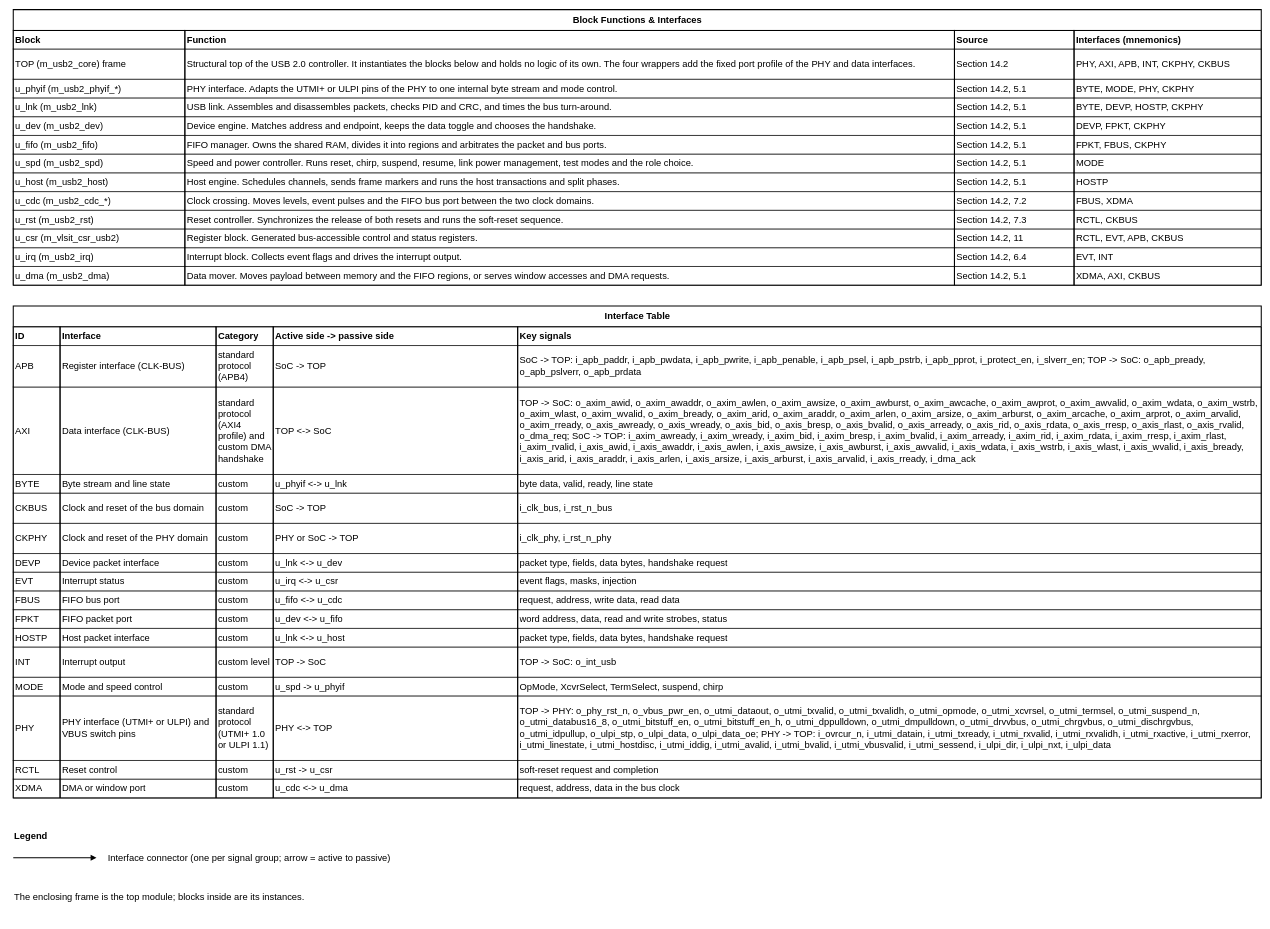
Earlier version of the draw.io diagram page "BLOCK_INFORMATION" (2 of 2) of 023_USB20_Controller/figures/m_usb2_top_block_diagram.drawio (nguyenquanicd/VLSIT_OPEN_IP_CORE). Source tidied: cells renumbered, new cells numbered last; positions are measured from the earlier drawing's top-left corner, leaving out a move shared by most shapes. Both pictures are drawn from the tidied source at 52%, with x=0, y=0 at pixel (13, 9).
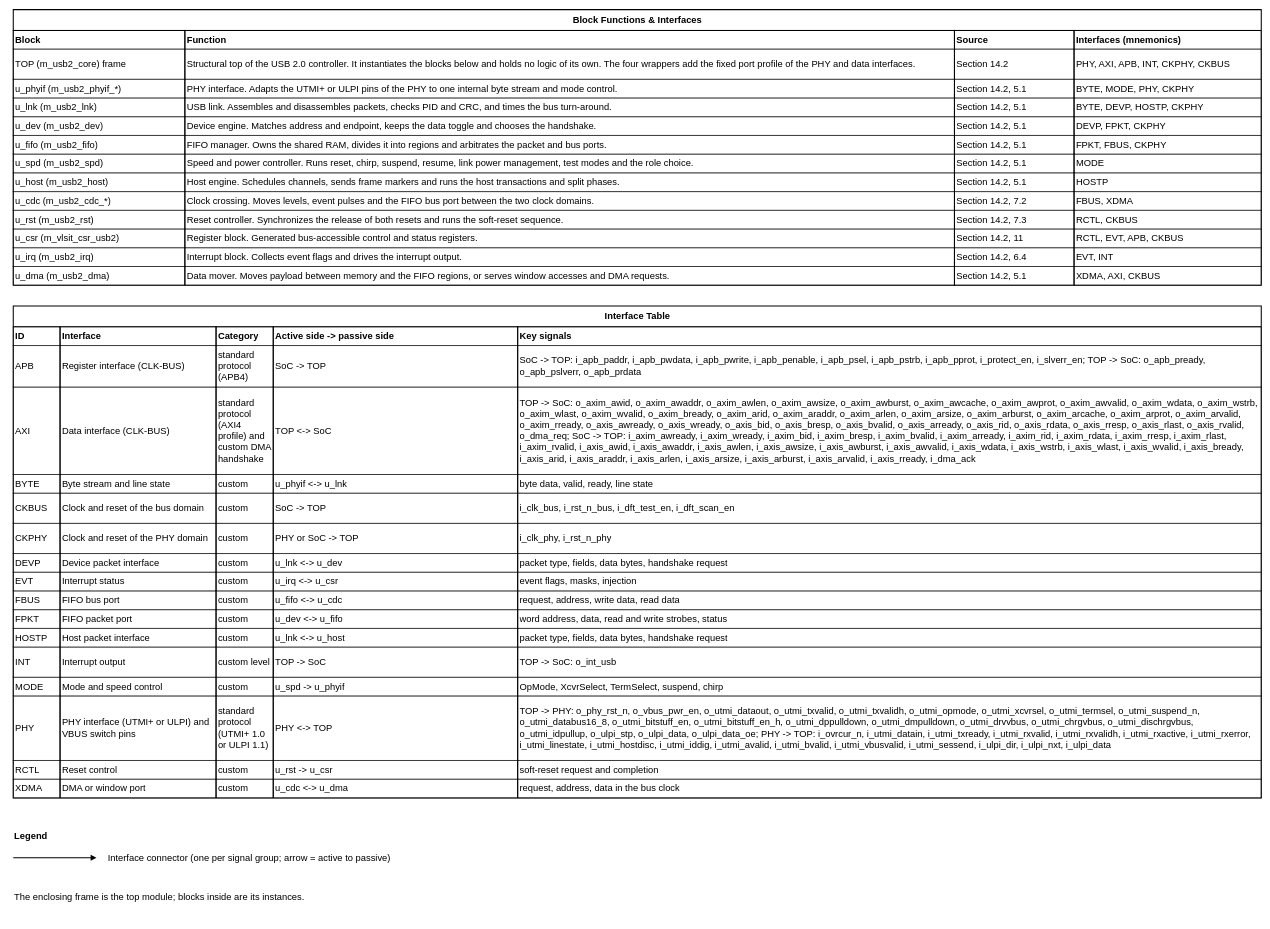
After the change.

The change refers to these unchanged cells:
```xml
<mxCell id="96" style="shape=tableRow;horizontal=0;startSize=0;swimlaneHead=0;swimlaneBody=0;fillColor=none;strokeColor=none;top=0;left=0;right=0;bottom=0;fontSize=18;fontColor=#000000;" parent="71" vertex="1">
  <mxGeometry y="360" width="2400" height="58" as="geometry" />
</mxCell>
```

Change to the diagram source:
```diff
@@
-    <mxCell id="101" value="i_clk_bus, i_rst_n_bus" style="shape=partialRectangle;html=1;whiteSpace=wrap;fillColor=none;strokeColor=#000000;strokeWidth=1;overflow=hidden;align=left;verticalAlign=middle;spacing=4;fontSize=18;fontColor=#000000;" parent="96" vertex="1">
+    <mxCell id="101" value="i_clk_bus, i_rst_n_bus, i_dft_test_en, i_dft_scan_en" style="shape=partialRectangle;html=1;whiteSpace=wrap;fillColor=none;strokeColor=#000000;strokeWidth=1;overflow=hidden;align=left;verticalAlign=middle;spacing=4;fontSize=18;fontColor=#000000;" parent="96" vertex="1">
       <mxGeometry x="970" width="1430" height="58" as="geometry" />
     </mxCell>
```
